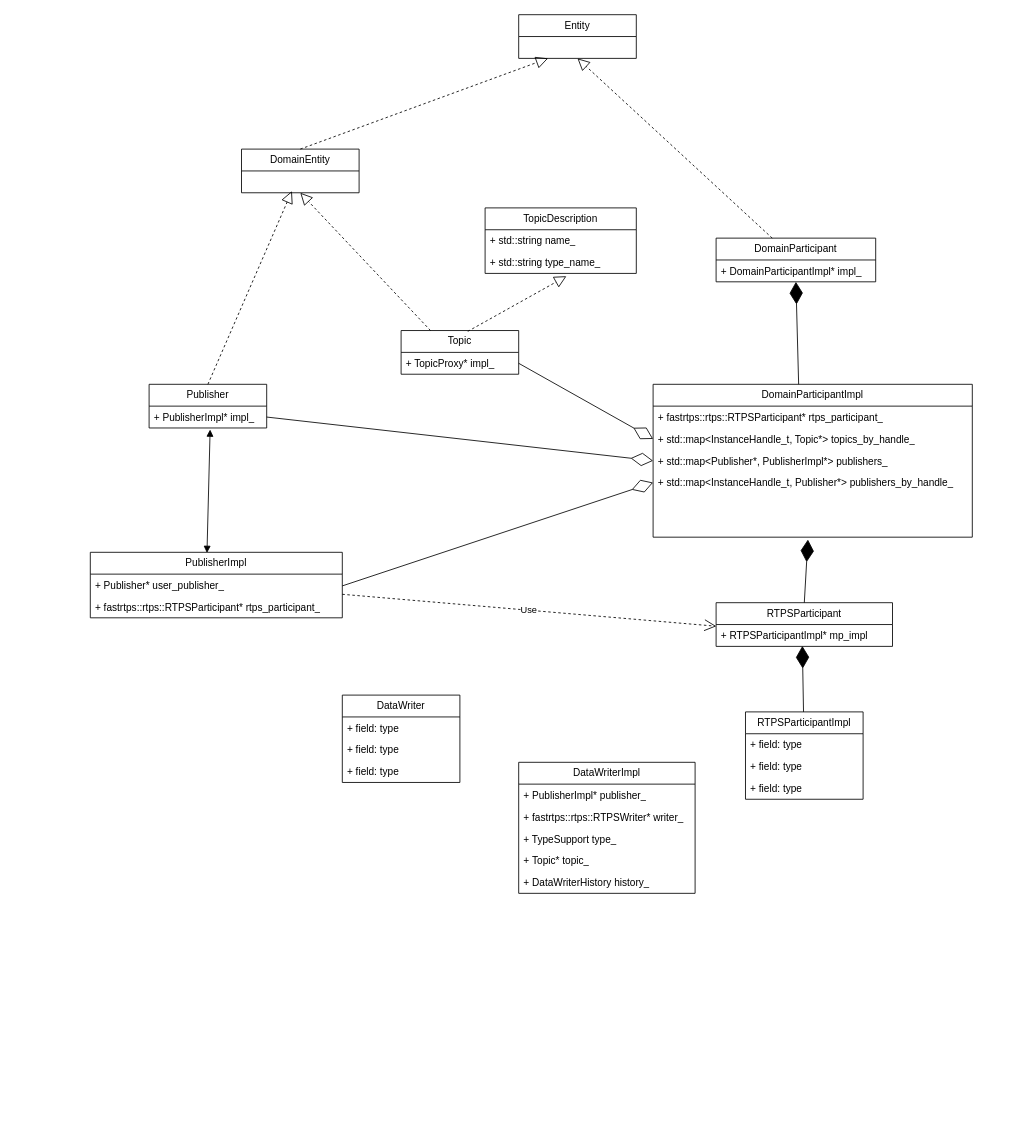
Earlier version of the draw.io diagram fastdds/v2.8.2/workspace_DDSHelloWorld/publisher_class.drawio (hexu1985/Collection.Of.Cpp.Utility.Tools). Source tidied: cells renumbered, new cells numbered last; positions are measured from the earlier drawing's top-left corner, leaving out a move shared by most shapes. Both pictures are drawn from the tidied source at 84%, with x=0, y=0 at pixel (90, 14).
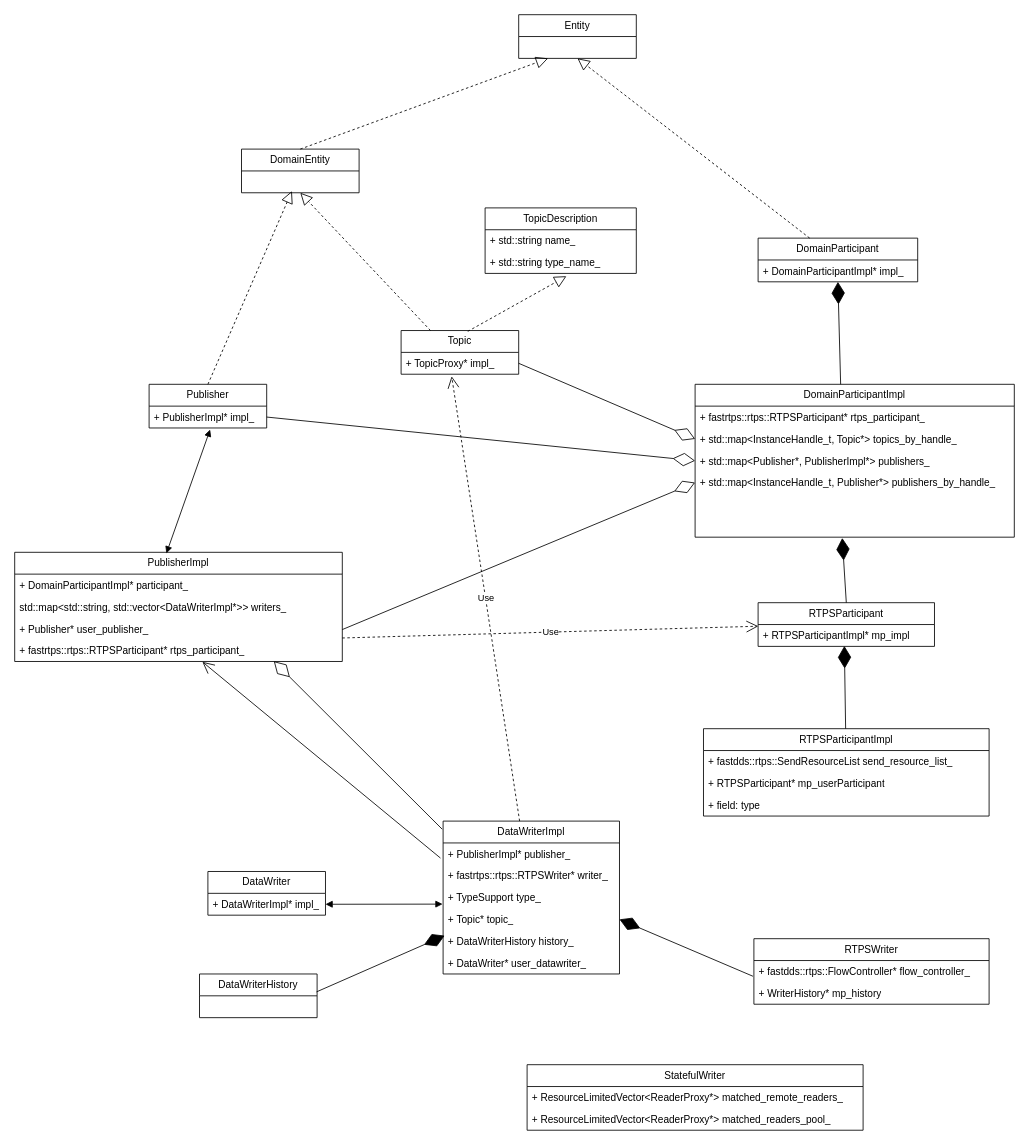
The same page after the edit.

The change refers to these unchanged cells:
```xml
<mxCell id="6" value="+ TopicProxy* impl_" style="text;strokeColor=none;fillColor=none;align=left;verticalAlign=top;spacingLeft=4;spacingRight=4;overflow=hidden;points=[[0,0.5],[1,0.5]];portConstraint=eastwest;whiteSpace=wrap;html=1;" parent="5" vertex="1">
  <mxGeometry y="26" width="140" height="26" as="geometry" />
</mxCell>
<mxCell id="16" style="text;strokeColor=none;fillColor=none;align=left;verticalAlign=top;spacingLeft=4;spacingRight=4;overflow=hidden;points=[[0,0.5],[1,0.5]];portConstraint=eastwest;whiteSpace=wrap;html=1;" parent="10" vertex="1">
  <mxGeometry y="156" width="380" height="26" as="geometry" />
</mxCell>
<mxCell id="43" value="+ PublisherImpl* publisher_" style="text;strokeColor=none;fillColor=none;align=left;verticalAlign=top;spacingLeft=4;spacingRight=4;overflow=hidden;points=[[0,0.5],[1,0.5]];portConstraint=eastwest;whiteSpace=wrap;html=1;" parent="42" vertex="1">
  <mxGeometry y="26" width="210" height="26" as="geometry" />
</mxCell>
<mxCell id="45" value="+ TypeSupport type_" style="text;strokeColor=none;fillColor=none;align=left;verticalAlign=top;spacingLeft=4;spacingRight=4;overflow=hidden;points=[[0,0.5],[1,0.5]];portConstraint=eastwest;whiteSpace=wrap;html=1;" parent="42" vertex="1">
  <mxGeometry y="78" width="210" height="26" as="geometry" />
</mxCell>
<mxCell id="46" value="+&amp;nbsp;Topic* topic_" style="text;strokeColor=none;fillColor=none;align=left;verticalAlign=top;spacingLeft=4;spacingRight=4;overflow=hidden;points=[[0,0.5],[1,0.5]];portConstraint=eastwest;whiteSpace=wrap;html=1;" parent="42" vertex="1">
  <mxGeometry y="104" width="210" height="26" as="geometry" />
</mxCell>
<mxCell id="47" value="+&amp;nbsp;DataWriterHistory history_" style="text;strokeColor=none;fillColor=none;align=left;verticalAlign=top;spacingLeft=4;spacingRight=4;overflow=hidden;points=[[0,0.5],[1,0.5]];portConstraint=eastwest;whiteSpace=wrap;html=1;" parent="42" vertex="1">
  <mxGeometry y="130" width="210" height="26" as="geometry" />
</mxCell>
```

The edit, as a diff of the source:
```diff
@@
     <mxCell id="2" value="DomainParticipant" style="swimlane;fontStyle=0;horizontal=1;startSize=26;fillColor=none;whiteSpace=wrap;html=1;" parent="1" vertex="1">
-      <mxGeometry x="745" y="266" width="190" height="52" as="geometry" />
+      <mxGeometry x="795" y="266" width="190" height="52" as="geometry" />
     </mxCell>
@@
     <mxCell id="10" value="&lt;span style=&quot;text-align: left;&quot;&gt;DomainParticipantImpl&lt;/span&gt;" style="swimlane;fontStyle=0;horizontal=1;startSize=26;fillColor=none;whiteSpace=wrap;html=1;" parent="1" vertex="1">
-      <mxGeometry x="670" y="440" width="380" height="182" as="geometry" />
+      <mxGeometry x="720" y="440" width="380" height="182" as="geometry" />
     </mxCell>
@@
     <mxCell id="17" value="&lt;span style=&quot;text-align: left;&quot;&gt;RTPSParticipant&lt;/span&gt;" style="swimlane;fontStyle=0;horizontal=1;startSize=26;fillColor=none;whiteSpace=wrap;html=1;" parent="1" vertex="1">
-      <mxGeometry x="745" y="700" width="210" height="52" as="geometry" />
+      <mxGeometry x="795" y="700" width="210" height="52" as="geometry" />
     </mxCell>
@@
-    <mxCell id="21" style="endArrow=diamondThin;endFill=1;endSize=24;html=1;rounded=0;exitX=0.5;exitY=0;exitDx=0;exitDy=0;entryX=0.485;entryY=1.109;entryDx=0;entryDy=0;entryPerimeter=0;" parent="1" edge="1" source="17" target="16">
+    <mxCell id="21" style="endArrow=diamondThin;endFill=1;endSize=24;html=1;rounded=0;exitX=0.5;exitY=0;exitDx=0;exitDy=0;entryX=0.461;entryY=1.038;entryDx=0;entryDy=0;entryPerimeter=0;" parent="1" edge="1" source="17" target="16">
       <mxGeometry relative="1" as="geometry" />
     </mxCell>
     <mxCell id="22" value="RTPSParticipantImpl" style="swimlane;fontStyle=0;horizontal=1;startSize=26;fillColor=none;whiteSpace=wrap;html=1;" parent="1" vertex="1">
-      <mxGeometry x="780" y="830" width="140" height="104" as="geometry" />
+      <mxGeometry x="730" y="850" width="340" height="104" as="geometry" />
     </mxCell>
-    <mxCell id="23" value="+ field: type" style="text;strokeColor=none;fillColor=none;align=left;verticalAlign=top;spacingLeft=4;spacingRight=4;overflow=hidden;whiteSpace=wrap;html=1;" parent="22" vertex="1">
-      <mxGeometry y="26" width="140" height="26" as="geometry" />
+    <mxCell id="23" value="+ fastdds::rtps::SendResourceList send_resource_list_" style="text;strokeColor=none;fillColor=none;align=left;verticalAlign=top;spacingLeft=4;spacingRight=4;overflow=hidden;whiteSpace=wrap;html=1;" parent="22" vertex="1">
+      <mxGeometry y="26" width="340" height="26" as="geometry" />
     </mxCell>
-    <mxCell id="24" value="+ field: type" style="text;strokeColor=none;fillColor=none;align=left;verticalAlign=top;spacingLeft=4;spacingRight=4;overflow=hidden;whiteSpace=wrap;html=1;" parent="22" vertex="1">
-      <mxGeometry y="52" width="140" height="26" as="geometry" />
+    <mxCell id="24" value="+ RTPSParticipant* mp_userParticipant" style="text;strokeColor=none;fillColor=none;align=left;verticalAlign=top;spacingLeft=4;spacingRight=4;overflow=hidden;whiteSpace=wrap;html=1;" parent="22" vertex="1">
+      <mxGeometry y="52" width="340" height="26" as="geometry" />
     </mxCell>
     <mxCell id="25" value="+ field: type" style="text;strokeColor=none;fillColor=none;align=left;verticalAlign=top;spacingLeft=4;spacingRight=4;overflow=hidden;whiteSpace=wrap;html=1;" parent="22" vertex="1">
-      <mxGeometry y="78" width="140" height="26" as="geometry" />
+      <mxGeometry y="78" width="340" height="26" as="geometry" />
     </mxCell>
@@
     <mxCell id="36" value="PublisherImpl" style="swimlane;fontStyle=0;horizontal=1;startSize=26;fillColor=none;whiteSpace=wrap;html=1;" parent="1" vertex="1">
-      <mxGeometry y="640" width="300" height="78" as="geometry" />
+      <mxGeometry x="-90" y="640" width="390" height="130" as="geometry" />
     </mxCell>
+    <mxCell id="52" value="+&amp;nbsp;DomainParticipantImpl* participant_" style="text;strokeColor=none;fillColor=none;align=left;verticalAlign=top;spacingLeft=4;spacingRight=4;overflow=hidden;whiteSpace=wrap;html=1;" parent="36" vertex="1">
+      <mxGeometry y="26" width="390" height="26" as="geometry" />
+    </mxCell>
+    <mxCell id="53" value="std::map&amp;lt;std::string, std::vector&amp;lt;DataWriterImpl*&amp;gt;&amp;gt; writers_" style="text;strokeColor=none;fillColor=none;align=left;verticalAlign=top;spacingLeft=4;spacingRight=4;overflow=hidden;whiteSpace=wrap;html=1;" parent="36" vertex="1">
+      <mxGeometry y="52" width="390" height="26" as="geometry" />
+    </mxCell>
     <mxCell id="37" value="+&amp;nbsp;Publisher* user_publisher_" style="text;strokeColor=none;fillColor=none;align=left;verticalAlign=top;spacingLeft=4;spacingRight=4;overflow=hidden;points=[[0,0.5],[1,0.5]];portConstraint=eastwest;whiteSpace=wrap;html=1;" parent="36" vertex="1">
-      <mxGeometry y="26" width="300" height="26" as="geometry" />
+      <mxGeometry y="78" width="390" height="26" as="geometry" />
     </mxCell>
     <mxCell id="38" value="+&amp;nbsp;fastrtps::rtps::RTPSParticipant* rtps_participant_" style="text;strokeColor=none;fillColor=none;align=left;verticalAlign=top;spacingLeft=4;spacingRight=4;overflow=hidden;points=[[0,0.5],[1,0.5]];portConstraint=eastwest;whiteSpace=wrap;html=1;" parent="36" vertex="1">
-      <mxGeometry y="52" width="300" height="26" as="geometry" />
+      <mxGeometry y="104" width="390" height="26" as="geometry" />
     </mxCell>
@@
     <mxCell id="42" value="DataWriterImpl" style="swimlane;fontStyle=0;horizontal=1;startSize=26;fillColor=none;whiteSpace=wrap;html=1;" parent="1" vertex="1">
-      <mxGeometry x="510" y="890" width="210" height="156" as="geometry" />
+      <mxGeometry x="420" y="960" width="210" height="182" as="geometry" />
     </mxCell>
@@
+    <mxCell id="54" value="+ DataWriter* user_datawriter_" style="text;strokeColor=none;fillColor=none;align=left;verticalAlign=top;spacingLeft=4;spacingRight=4;overflow=hidden;whiteSpace=wrap;html=1;" parent="42" vertex="1">
+      <mxGeometry y="156" width="210" height="26" as="geometry" />
+    </mxCell>
     <mxCell id="48" value="DataWriter" style="swimlane;fontStyle=0;horizontal=1;startSize=26;fillColor=none;whiteSpace=wrap;html=1;" parent="1" vertex="1">
-      <mxGeometry x="300" y="810" width="140" height="104" as="geometry" />
+      <mxGeometry x="140" y="1020" width="140" height="52" as="geometry" />
     </mxCell>
-    <mxCell id="49" value="+ field: type" style="text;strokeColor=none;fillColor=none;align=left;verticalAlign=top;spacingLeft=4;spacingRight=4;overflow=hidden;points=[[0,0.5],[1,0.5]];portConstraint=eastwest;whiteSpace=wrap;html=1;" parent="48" vertex="1">
+    <mxCell id="49" value="+&amp;nbsp;DataWriterImpl* impl_" style="text;strokeColor=none;fillColor=none;align=left;verticalAlign=top;spacingLeft=4;spacingRight=4;overflow=hidden;points=[[0,0.5],[1,0.5]];portConstraint=eastwest;whiteSpace=wrap;html=1;" parent="48" vertex="1">
       <mxGeometry y="26" width="140" height="26" as="geometry" />
     </mxCell>
-    <mxCell id="50" value="+ field: type" style="text;strokeColor=none;fillColor=none;align=left;verticalAlign=top;spacingLeft=4;spacingRight=4;overflow=hidden;whiteSpace=wrap;html=1;" parent="48" vertex="1">
-      <mxGeometry y="52" width="140" height="26" as="geometry" />
-    </mxCell>
-    <mxCell id="51" value="+ field: type" style="text;strokeColor=none;fillColor=none;align=left;verticalAlign=top;spacingLeft=4;spacingRight=4;overflow=hidden;whiteSpace=wrap;html=1;" parent="48" vertex="1">
-      <mxGeometry y="78" width="140" height="26" as="geometry" />
-    </mxCell>
+    <mxCell id="55" style="endArrow=block;startArrow=block;endFill=1;startFill=1;html=1;rounded=0;exitX=-0.003;exitY=0.801;exitDx=0;exitDy=0;exitPerimeter=0;entryX=1;entryY=0.5;entryDx=0;entryDy=0;" parent="1" edge="1" source="45" target="49">
+      <mxGeometry relative="1" as="geometry" />
+    </mxCell>
+    <mxCell id="56" value="Use" style="endArrow=open;endSize=12;dashed=1;html=1;rounded=0;entryX=0.43;entryY=1.096;entryDx=0;entryDy=0;entryPerimeter=0;" parent="1" edge="1" source="42" target="6">
+      <mxGeometry relative="1" as="geometry" />
+    </mxCell>
+    <mxCell id="57" style="endArrow=diamondThin;endFill=0;endSize=24;html=1;rounded=0;entryX=0.791;entryY=0.987;entryDx=0;entryDy=0;exitX=-0.005;exitY=0.053;exitDx=0;exitDy=0;exitPerimeter=0;entryPerimeter=0;" parent="1" edge="1" source="42" target="38">
+      <mxGeometry relative="1" as="geometry" />
+    </mxCell>
+    <mxCell id="58" value="&lt;span style=&quot;text-align: left;&quot;&gt;DataWriterHistory&lt;/span&gt;" style="swimlane;fontStyle=0;horizontal=1;startSize=26;fillColor=none;whiteSpace=wrap;html=1;" parent="1" vertex="1">
+      <mxGeometry x="130" y="1142" width="140" height="52" as="geometry" />
+    </mxCell>
+    <mxCell id="59" style="endArrow=diamondThin;endFill=1;endSize=24;html=1;rounded=0;entryX=0.009;entryY=0.244;entryDx=0;entryDy=0;entryPerimeter=0;exitX=0.995;exitY=0.41;exitDx=0;exitDy=0;exitPerimeter=0;" parent="1" edge="1" source="58" target="47">
+      <mxGeometry relative="1" as="geometry" />
+    </mxCell>
+    <mxCell id="60" value="RTPSWriter" style="swimlane;fontStyle=0;horizontal=1;startSize=26;fillColor=none;whiteSpace=wrap;html=1;" parent="1" vertex="1">
+      <mxGeometry x="790" y="1100" width="280" height="78" as="geometry" />
+    </mxCell>
+    <mxCell id="61" value="+ fastdds::rtps::FlowController* flow_controller_" style="text;strokeColor=none;fillColor=none;align=left;verticalAlign=top;spacingLeft=4;spacingRight=4;overflow=hidden;points=[[0,0.5],[1,0.5]];portConstraint=eastwest;whiteSpace=wrap;html=1;" parent="60" vertex="1">
+      <mxGeometry y="26" width="280" height="26" as="geometry" />
+    </mxCell>
+    <mxCell id="62" value="+ WriterHistory* mp_history" style="text;strokeColor=none;fillColor=none;align=left;verticalAlign=top;spacingLeft=4;spacingRight=4;overflow=hidden;whiteSpace=wrap;html=1;" parent="60" vertex="1">
+      <mxGeometry y="52" width="280" height="26" as="geometry" />
+    </mxCell>
+    <mxCell id="63" value="StatefulWriter" style="swimlane;fontStyle=0;horizontal=1;startSize=26;fillColor=none;whiteSpace=wrap;html=1;" parent="1" vertex="1">
+      <mxGeometry x="520" y="1250" width="400" height="78" as="geometry" />
+    </mxCell>
+    <mxCell id="64" value="+ ResourceLimitedVector&amp;lt;ReaderProxy*&amp;gt; matched_remote_readers_" style="text;strokeColor=none;fillColor=none;align=left;verticalAlign=top;spacingLeft=4;spacingRight=4;overflow=hidden;whiteSpace=wrap;html=1;" parent="63" vertex="1">
+      <mxGeometry y="26" width="400" height="26" as="geometry" />
+    </mxCell>
+    <mxCell id="65" value="+ ResourceLimitedVector&amp;lt;ReaderProxy*&amp;gt; matched_readers_pool_" style="text;strokeColor=none;fillColor=none;align=left;verticalAlign=top;spacingLeft=4;spacingRight=4;overflow=hidden;whiteSpace=wrap;html=1;" parent="63" vertex="1">
+      <mxGeometry y="52" width="400" height="26" as="geometry" />
+    </mxCell>
+    <mxCell id="66" style="endArrow=open;endFill=1;endSize=12;html=1;rounded=0;exitX=-0.015;exitY=0.692;exitDx=0;exitDy=0;entryX=0.573;entryY=1.016;entryDx=0;entryDy=0;entryPerimeter=0;exitPerimeter=0;" parent="1" edge="1" source="43" target="38">
+      <mxGeometry relative="1" as="geometry" />
+    </mxCell>
+    <mxCell id="67" style="endArrow=diamondThin;endFill=1;endSize=24;html=1;rounded=0;entryX=1;entryY=0.5;entryDx=0;entryDy=0;exitX=-0.004;exitY=0.72;exitDx=0;exitDy=0;exitPerimeter=0;" parent="1" edge="1" source="61" target="46">
+      <mxGeometry relative="1" as="geometry" />
+    </mxCell>
```
